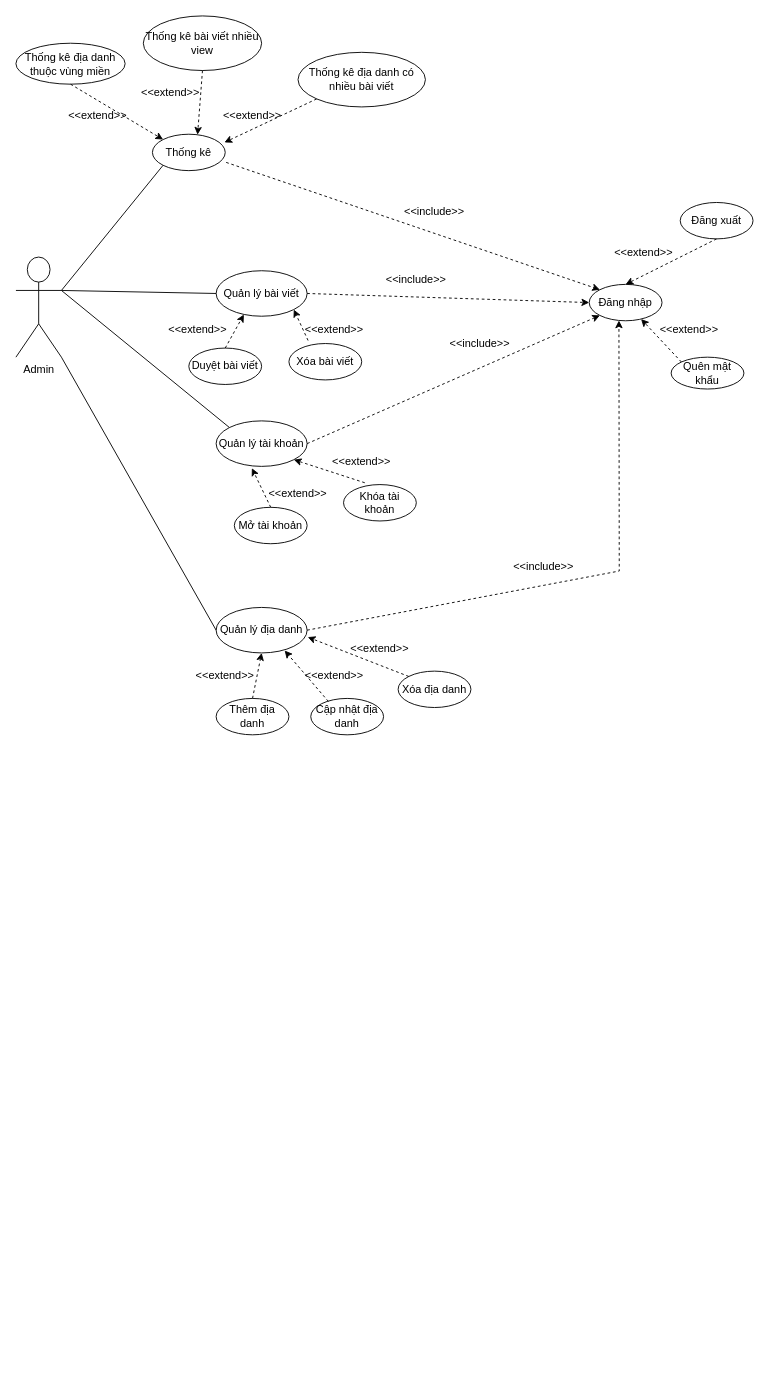
Earlier version of the draw.io diagram page "Admin" (1 of 3) of Use_Case_Android.drawio (HieuNM2809/DoAn_ANDROID). Source tidied: cells renumbered, new cells numbered last; positions are measured from the earlier drawing's top-left corner, leaving out a move shared by most shapes. Both pictures are drawn from the tidied source at 91%, with x=0, y=0 at pixel (15, 15).
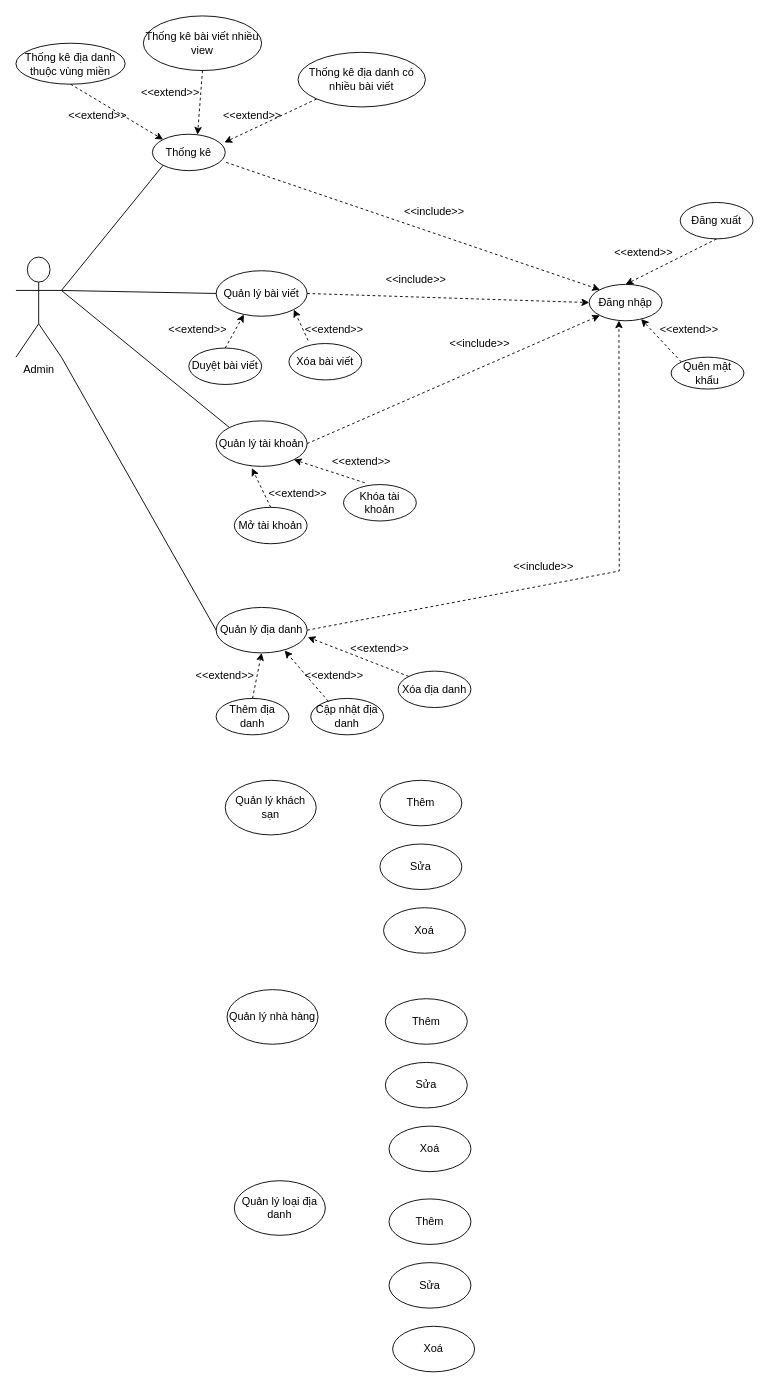
After the change.

Change to the diagram source:
```diff
@@
+    <mxCell id="56" value="Quản lý khách sạn" style="ellipse;whiteSpace=wrap;html=1;" parent="1" vertex="1">
+      <mxGeometry x="230" y="840" width="100" height="60" as="geometry" />
+    </mxCell>
+    <mxCell id="57" value="Thêm" style="ellipse;whiteSpace=wrap;html=1;" parent="1" vertex="1">
+      <mxGeometry x="400" y="840" width="90" height="50" as="geometry" />
+    </mxCell>
+    <mxCell id="58" value="Sửa" style="ellipse;whiteSpace=wrap;html=1;" parent="1" vertex="1">
+      <mxGeometry x="400" y="910" width="90" height="50" as="geometry" />
+    </mxCell>
+    <mxCell id="59" value="Xoá" style="ellipse;whiteSpace=wrap;html=1;" parent="1" vertex="1">
+      <mxGeometry x="404" y="980" width="90" height="50" as="geometry" />
+    </mxCell>
+    <mxCell id="60" value="Quản lý nhà hàng" style="ellipse;whiteSpace=wrap;html=1;" parent="1" vertex="1">
+      <mxGeometry x="232" y="1070" width="100" height="60" as="geometry" />
+    </mxCell>
+    <mxCell id="61" value="Quản lý loại địa danh" style="ellipse;whiteSpace=wrap;html=1;" parent="1" vertex="1">
+      <mxGeometry x="240" y="1280" width="100" height="60" as="geometry" />
+    </mxCell>
+    <mxCell id="62" value="Thêm" style="ellipse;whiteSpace=wrap;html=1;" parent="1" vertex="1">
+      <mxGeometry x="406" y="1080" width="90" height="50" as="geometry" />
+    </mxCell>
+    <mxCell id="63" value="Sửa" style="ellipse;whiteSpace=wrap;html=1;" parent="1" vertex="1">
+      <mxGeometry x="406" y="1150" width="90" height="50" as="geometry" />
+    </mxCell>
+    <mxCell id="64" value="Xoá" style="ellipse;whiteSpace=wrap;html=1;" parent="1" vertex="1">
+      <mxGeometry x="410" y="1220" width="90" height="50" as="geometry" />
+    </mxCell>
+    <mxCell id="65" value="Thêm" style="ellipse;whiteSpace=wrap;html=1;" parent="1" vertex="1">
+      <mxGeometry x="410" y="1300" width="90" height="50" as="geometry" />
+    </mxCell>
+    <mxCell id="66" value="Sửa" style="ellipse;whiteSpace=wrap;html=1;" parent="1" vertex="1">
+      <mxGeometry x="410" y="1370" width="90" height="50" as="geometry" />
+    </mxCell>
+    <mxCell id="67" value="Xoá" style="ellipse;whiteSpace=wrap;html=1;" parent="1" vertex="1">
+      <mxGeometry x="414" y="1440" width="90" height="50" as="geometry" />
+    </mxCell>
```
